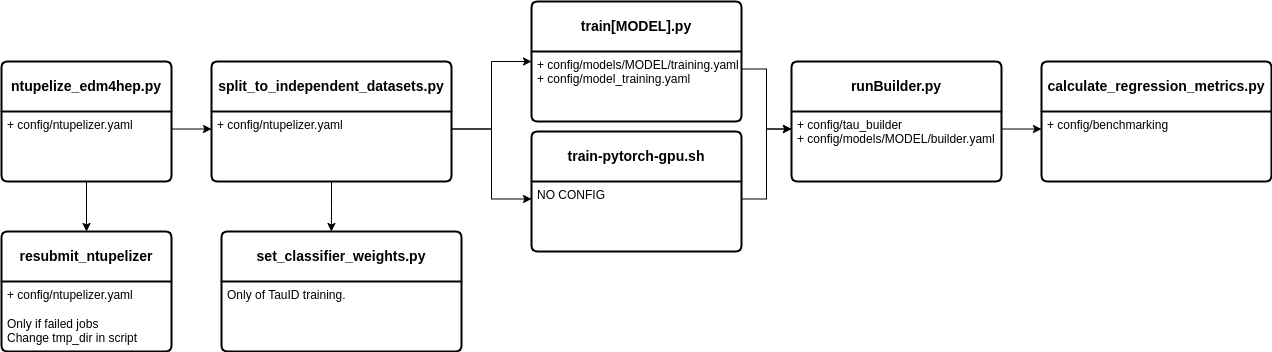
This is enreg/scripts/workflow.png from HEP-KBFI/ml-tau-en-reg, a draw.io export, as it was before one commit. Source tidied: cells renumbered, new cells last; positions are measured from the earlier drawing's top-left corner, leaving out a move shared by most shapes. Source of this version:
```xml
<mxGraphModel>
  <root>
    <mxCell id="0" />
    <mxCell id="1" parent="0" />
    <mxCell id="2" value="&lt;b&gt;split_to_independent_datasets.py&lt;/b&gt;" style="swimlane;horizontal=1;startSize=50;rounded=1;fontSize=14;fontStyle=0;strokeWidth=2;shadow=0;dashed=0;align=center;arcSize=4;whiteSpace=wrap;html=1;" parent="1" vertex="1">
      <mxGeometry x="210" y="60" width="240" height="120" as="geometry" />
    </mxCell>
    <mxCell id="3" value="+ config/ntupelizer.yaml" style="align=left;strokeColor=none;fillColor=none;spacingLeft=4;fontSize=12;verticalAlign=top;html=1;" parent="2" vertex="1">
      <mxGeometry y="50" width="240" height="70" as="geometry" />
    </mxCell>
    <mxCell id="4" value="&lt;b&gt;train-pytorch-gpu.sh&lt;/b&gt;" style="swimlane;horizontal=1;startSize=50;rounded=1;fontSize=14;fontStyle=0;strokeWidth=2;shadow=0;dashed=0;align=center;arcSize=4;whiteSpace=wrap;html=1;" parent="1" vertex="1">
      <mxGeometry x="530" y="130" width="210" height="120" as="geometry" />
    </mxCell>
    <mxCell id="5" value="NO CONFIG" style="align=left;strokeColor=none;fillColor=none;spacingLeft=4;fontSize=12;verticalAlign=top;html=1;" parent="4" vertex="1">
      <mxGeometry y="50" width="210" height="70" as="geometry" />
    </mxCell>
    <mxCell id="6" value="&lt;b&gt;train[MODEL].py&lt;/b&gt;" style="swimlane;horizontal=1;startSize=50;rounded=1;fontSize=14;fontStyle=0;strokeWidth=2;shadow=0;dashed=0;align=center;arcSize=4;whiteSpace=wrap;html=1;" parent="1" vertex="1">
      <mxGeometry x="530" width="210" height="120" as="geometry" />
    </mxCell>
    <mxCell id="7" value="+ config/models/MODEL/training.yaml&lt;br&gt;+ config/model_training.yaml" style="align=left;strokeColor=none;fillColor=none;spacingLeft=4;fontSize=12;verticalAlign=top;html=1;" parent="6" vertex="1">
      <mxGeometry y="50" width="210" height="70" as="geometry" />
    </mxCell>
    <mxCell id="8" style="edgeStyle=orthogonalEdgeStyle;rounded=0;jettySize=auto;html=1;exitX=1;exitY=0.25;exitDx=0;exitDy=0;entryX=0;entryY=0.25;entryDx=0;entryDy=0;" parent="1" edge="1" source="3" target="5">
      <mxGeometry relative="1" as="geometry" />
    </mxCell>
    <mxCell id="9" value="&lt;b&gt;runBuilder.py&lt;/b&gt;" style="swimlane;horizontal=1;startSize=50;rounded=1;fontSize=14;fontStyle=0;strokeWidth=2;shadow=0;dashed=0;align=center;arcSize=4;whiteSpace=wrap;html=1;" parent="1" vertex="1">
      <mxGeometry x="790" y="60" width="210" height="120" as="geometry" />
    </mxCell>
    <mxCell id="10" value="+ config/tau_builder&lt;br&gt;+ config/models/MODEL/builder.yaml" style="align=left;strokeColor=none;fillColor=none;spacingLeft=4;fontSize=12;verticalAlign=top;html=1;" parent="9" vertex="1">
      <mxGeometry y="50" width="210" height="70" as="geometry" />
    </mxCell>
    <mxCell id="11" style="edgeStyle=orthogonalEdgeStyle;rounded=0;jettySize=auto;html=1;exitX=1;exitY=0.25;exitDx=0;exitDy=0;entryX=0;entryY=0.25;entryDx=0;entryDy=0;" parent="1" edge="1" source="7" target="10">
      <mxGeometry relative="1" as="geometry" />
    </mxCell>
    <mxCell id="12" style="edgeStyle=orthogonalEdgeStyle;rounded=0;jettySize=auto;html=1;exitX=1;exitY=0.25;exitDx=0;exitDy=0;entryX=0;entryY=0.25;entryDx=0;entryDy=0;" parent="1" edge="1" source="5" target="10">
      <mxGeometry relative="1" as="geometry" />
    </mxCell>
    <mxCell id="13" style="edgeStyle=orthogonalEdgeStyle;rounded=0;jettySize=auto;html=1;exitX=1;exitY=0.25;exitDx=0;exitDy=0;entryX=0;entryY=0.5;entryDx=0;entryDy=0;" parent="1" edge="1" source="3" target="6">
      <mxGeometry relative="1" as="geometry" />
    </mxCell>
    <mxCell id="14" value="&lt;b&gt;calculate_regression_metrics.py&lt;/b&gt;" style="swimlane;horizontal=1;startSize=50;rounded=1;fontSize=14;fontStyle=0;strokeWidth=2;shadow=0;dashed=0;align=center;arcSize=4;whiteSpace=wrap;html=1;" parent="1" vertex="1">
      <mxGeometry x="1040" y="60" width="230" height="120" as="geometry" />
    </mxCell>
    <mxCell id="15" value="+ config/benchmarking" style="align=left;strokeColor=none;fillColor=none;spacingLeft=4;fontSize=12;verticalAlign=top;html=1;" parent="14" vertex="1">
      <mxGeometry y="50" width="230" height="70" as="geometry" />
    </mxCell>
    <mxCell id="16" style="edgeStyle=orthogonalEdgeStyle;rounded=0;jettySize=auto;html=1;exitX=1;exitY=0.25;exitDx=0;exitDy=0;entryX=0;entryY=0.25;entryDx=0;entryDy=0;" parent="1" edge="1" source="10" target="15">
      <mxGeometry relative="1" as="geometry" />
    </mxCell>
    <mxCell id="17" value="&lt;b&gt;ntupelize_edm4hep.py&lt;/b&gt;" style="swimlane;horizontal=1;startSize=50;rounded=1;fontSize=14;fontStyle=0;strokeWidth=2;shadow=0;dashed=0;align=center;arcSize=4;whiteSpace=wrap;html=1;" parent="1" vertex="1">
      <mxGeometry y="60" width="170" height="120" as="geometry" />
    </mxCell>
    <mxCell id="18" value="+ config/ntupelizer.yaml" style="align=left;strokeColor=none;fillColor=none;spacingLeft=4;fontSize=12;verticalAlign=top;html=1;" parent="17" vertex="1">
      <mxGeometry y="50" width="170" height="70" as="geometry" />
    </mxCell>
    <mxCell id="19" style="edgeStyle=orthogonalEdgeStyle;rounded=0;jettySize=auto;html=1;exitX=1;exitY=0.25;exitDx=0;exitDy=0;entryX=0;entryY=0.25;entryDx=0;entryDy=0;" parent="1" edge="1" source="18" target="3">
      <mxGeometry relative="1" as="geometry" />
    </mxCell>
    <mxCell id="20" value="&lt;b&gt;resubmit_ntupelizer&lt;/b&gt;" style="swimlane;horizontal=1;startSize=50;rounded=1;fontSize=14;fontStyle=0;strokeWidth=2;shadow=0;dashed=0;align=center;arcSize=4;whiteSpace=wrap;html=1;" parent="1" vertex="1">
      <mxGeometry y="230" width="170" height="120" as="geometry" />
    </mxCell>
    <mxCell id="21" value="+ config/ntupelizer.yaml&lt;br&gt;&lt;br&gt;Only if failed jobs&lt;br&gt;Change tmp_dir in script" style="align=left;strokeColor=none;fillColor=none;spacingLeft=4;fontSize=12;verticalAlign=top;html=1;" parent="20" vertex="1">
      <mxGeometry y="50" width="170" height="70" as="geometry" />
    </mxCell>
    <mxCell id="22" style="edgeStyle=orthogonalEdgeStyle;rounded=0;jettySize=auto;html=1;exitX=0.5;exitY=1;exitDx=0;exitDy=0;entryX=0.5;entryY=0;entryDx=0;entryDy=0;" parent="1" edge="1" source="18" target="20">
      <mxGeometry relative="1" as="geometry" />
    </mxCell>
    <mxCell id="23" value="&lt;b&gt;set_classifier_weights.py&lt;/b&gt;" style="swimlane;horizontal=1;startSize=50;rounded=1;fontSize=14;fontStyle=0;strokeWidth=2;shadow=0;dashed=0;align=center;arcSize=4;whiteSpace=wrap;html=1;" parent="1" vertex="1">
      <mxGeometry x="220" y="230" width="240" height="120" as="geometry" />
    </mxCell>
    <mxCell id="24" value="Only of TauID training." style="align=left;strokeColor=none;fillColor=none;spacingLeft=4;fontSize=12;verticalAlign=top;html=1;" parent="23" vertex="1">
      <mxGeometry y="50" width="240" height="70" as="geometry" />
    </mxCell>
    <mxCell id="25" style="edgeStyle=orthogonalEdgeStyle;rounded=0;jettySize=auto;html=1;exitX=0.5;exitY=1;exitDx=0;exitDy=0;entryX=0.458;entryY=0;entryDx=0;entryDy=0;entryPerimeter=0;" parent="1" edge="1" source="3" target="23">
      <mxGeometry relative="1" as="geometry" />
    </mxCell>
  </root>
</mxGraphModel>
```
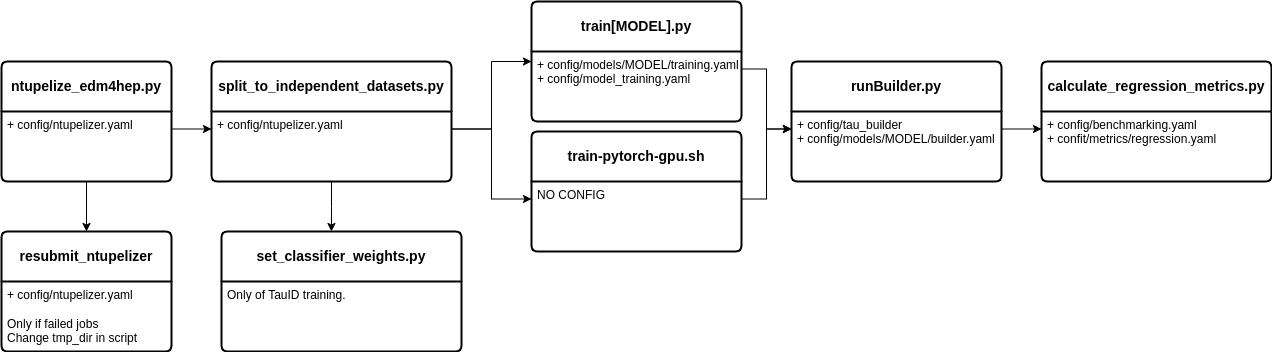
The same diagram one commit later.

What changed in the source:
```diff
@@ -41,7 +41,7 @@
     <mxCell id="14" value="&lt;b&gt;calculate_regression_metrics.py&lt;/b&gt;" style="swimlane;horizontal=1;startSize=50;rounded=1;fontSize=14;fontStyle=0;strokeWidth=2;shadow=0;dashed=0;align=center;arcSize=4;whiteSpace=wrap;html=1;" parent="1" vertex="1">
       <mxGeometry x="1040" y="60" width="230" height="120" as="geometry" />
     </mxCell>
-    <mxCell id="15" value="+ config/benchmarking" style="align=left;strokeColor=none;fillColor=none;spacingLeft=4;fontSize=12;verticalAlign=top;html=1;" parent="14" vertex="1">
+    <mxCell id="15" value="+ config/benchmarking.yaml&lt;br&gt;+ confit/metrics/regression.yaml" style="align=left;strokeColor=none;fillColor=none;spacingLeft=4;fontSize=12;verticalAlign=top;html=1;" parent="14" vertex="1">
       <mxGeometry y="50" width="230" height="70" as="geometry" />
     </mxCell>
     <mxCell id="16" style="edgeStyle=orthogonalEdgeStyle;rounded=0;jettySize=auto;html=1;exitX=1;exitY=0.25;exitDx=0;exitDy=0;entryX=0;entryY=0.25;entryDx=0;entryDy=0;" parent="1" edge="1" source="10" target="15">
```
